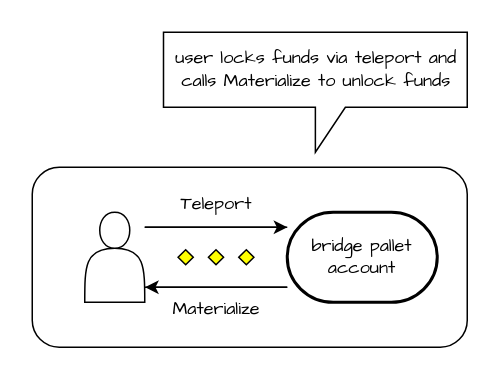
Before: drawio/bridge_scene_1_source_para.drawio in 0xrjman/resources, a draw.io diagram. Source tidied: cells renumbered, new cells numbered last; positions are measured from the earlier drawing's top-left corner, leaving out a move shared by most shapes. Both pictures are drawn from the tidied source at 150%, with x=0, y=0 at pixel (32, 32).
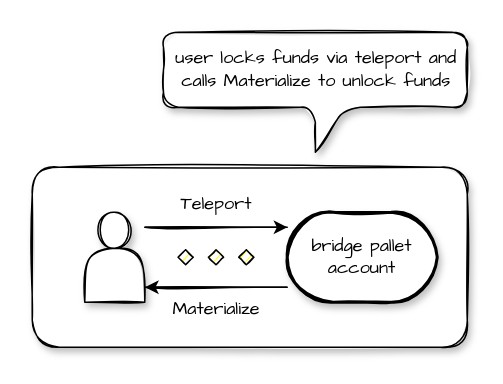
Above is the later version.

Diff of the diagram source:
```diff
@@
 <mxGraphModel>
   <root>
     <mxCell id="0" />
     <mxCell id="1" parent="0" />
-    <mxCell id="2" style="rounded=1;whiteSpace=wrap;html=1;fontFamily=Comic Sans MS;" parent="1" vertex="1">
+    <mxCell id="2" style="rounded=1;whiteSpace=wrap;html=1;fontFamily=Comic Sans MS;sketch=1;shadow=1;" parent="1" vertex="1">
       <mxGeometry y="90" width="290" height="120" as="geometry" />
     </mxCell>
-    <mxCell id="3" value="&lt;span&gt;bridge pallet account&lt;/span&gt;" style="strokeWidth=2;html=1;shape=mxgraph.flowchart.terminator;whiteSpace=wrap;fontFamily=Comic Sans MS;" parent="1" vertex="1">
+    <mxCell id="3" value="&lt;span&gt;bridge pallet account&lt;/span&gt;" style="strokeWidth=2;html=1;shape=mxgraph.flowchart.terminator;whiteSpace=wrap;fontFamily=Comic Sans MS;sketch=1;shadow=1;" parent="1" vertex="1">
       <mxGeometry x="170" y="120" width="100" height="60" as="geometry" />
     </mxCell>
     <mxCell id="4" style="edgeStyle=orthogonalEdgeStyle;rounded=0;orthogonalLoop=1;jettySize=auto;html=1;exitX=0;exitY=0;exitDx=0;exitDy=0;exitPerimeter=0;entryX=1;entryY=0;entryDx=0;entryDy=0;entryPerimeter=0;fontFamily=Comic Sans MS;" parent="1" edge="1" source="6" target="6">
       <mxGeometry relative="1" as="geometry">
         <Array as="points">
           <mxPoint x="123" y="130" />
           <mxPoint x="123" y="130" />
         </Array>
       </mxGeometry>
     </mxCell>
     <mxCell id="5" style="edgeStyle=orthogonalEdgeStyle;rounded=0;jettySize=auto;html=1;exitX=1;exitY=1;exitDx=0;exitDy=0;exitPerimeter=0;entryX=1.006;entryY=0.833;entryDx=0;entryDy=0;entryPerimeter=0;fontFamily=Comic Sans MS;" parent="1" edge="1" source="6" target="7">
       <mxGeometry relative="1" as="geometry">
         <Array as="points">
           <mxPoint x="140" y="170" />
           <mxPoint x="140" y="170" />
         </Array>
       </mxGeometry>
     </mxCell>
-    <mxCell id="6" style="verticalLabelPosition=bottom;verticalAlign=top;html=1;shape=mxgraph.flowchart.parallel_mode;rotation=0;fontFamily=Comic Sans MS;" parent="1" vertex="1">
+    <mxCell id="6" style="verticalLabelPosition=bottom;verticalAlign=top;html=1;shape=mxgraph.flowchart.parallel_mode;rotation=0;fontFamily=Comic Sans MS;sketch=1;shadow=0;" parent="1" vertex="1">
       <mxGeometry x="75" y="130" width="95" height="40" as="geometry" />
     </mxCell>
-    <mxCell id="7" style="shape=actor;whiteSpace=wrap;html=1;fontFamily=Comic Sans MS;" parent="1" vertex="1">
+    <mxCell id="7" style="shape=actor;whiteSpace=wrap;html=1;fontFamily=Comic Sans MS;sketch=1;shadow=1;" parent="1" vertex="1">
       <mxGeometry x="35" y="120" width="40" height="60" as="geometry" />
     </mxCell>
-    <mxCell id="8" value="Teleport" style="text;html=1;strokeColor=none;fillColor=none;align=center;verticalAlign=middle;whiteSpace=wrap;rounded=0;fontFamily=Comic Sans MS;" parent="1" vertex="1">
+    <mxCell id="8" value="Teleport" style="text;html=1;strokeColor=none;fillColor=none;align=center;verticalAlign=middle;whiteSpace=wrap;rounded=0;fontFamily=Comic Sans MS;sketch=1;shadow=1;" parent="1" vertex="1">
       <mxGeometry x="92.5" y="100" width="60" height="30" as="geometry" />
     </mxCell>
-    <mxCell id="9" value="Materialize" style="text;html=1;strokeColor=none;fillColor=none;align=center;verticalAlign=middle;whiteSpace=wrap;rounded=0;fontFamily=Comic Sans MS;" parent="1" vertex="1">
+    <mxCell id="9" value="Materialize" style="text;html=1;strokeColor=none;fillColor=none;align=center;verticalAlign=middle;whiteSpace=wrap;rounded=0;fontFamily=Comic Sans MS;sketch=1;shadow=1;glass=0;" parent="1" vertex="1">
       <mxGeometry x="92.5" y="170" width="60" height="30" as="geometry" />
     </mxCell>
-    <mxCell id="10" value="user locks funds via teleport and calls Materialize to unlock funds" style="shape=callout;whiteSpace=wrap;html=1;perimeter=calloutPerimeter;fontFamily=Comic Sans MS;" parent="1" vertex="1">
+    <mxCell id="10" value="user locks funds via teleport and calls Materialize to unlock funds" style="shape=callout;whiteSpace=wrap;html=1;perimeter=calloutPerimeter;fontFamily=Comic Sans MS;sketch=1;rounded=1;shadow=1;" parent="1" vertex="1">
       <mxGeometry x="87.5" width="202.5" height="80" as="geometry" />
     </mxCell>
   </root>
 </mxGraphModel>
```
